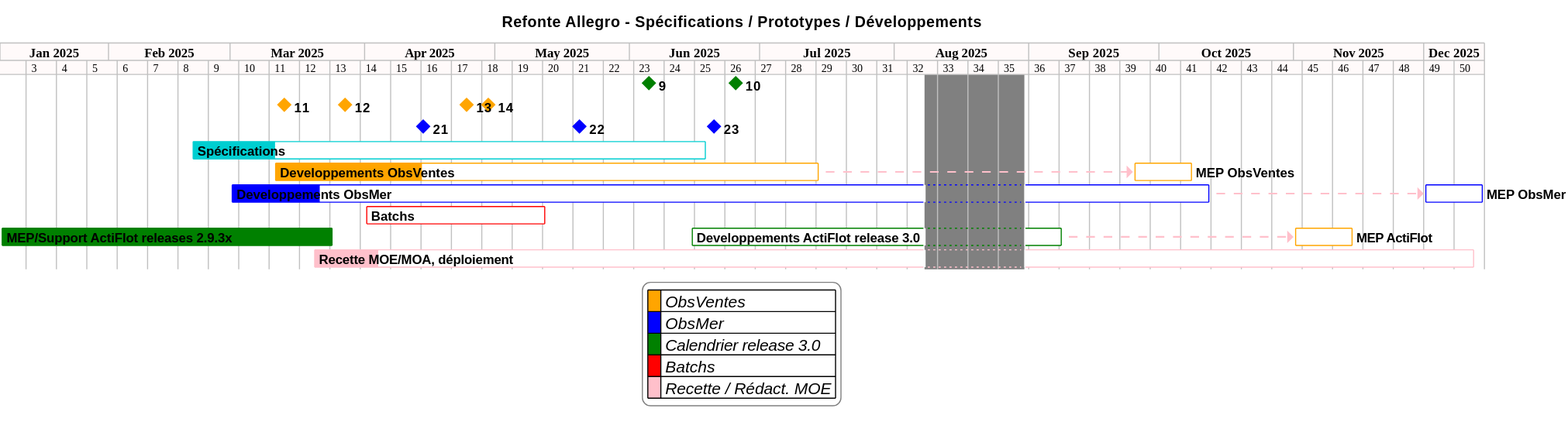
sumaris-net/sumaris-doc keeps this PlantUML diagram as projects/common/not/images/refonte-allegro-planning-spe-2025.svg. Above is the earlier version.
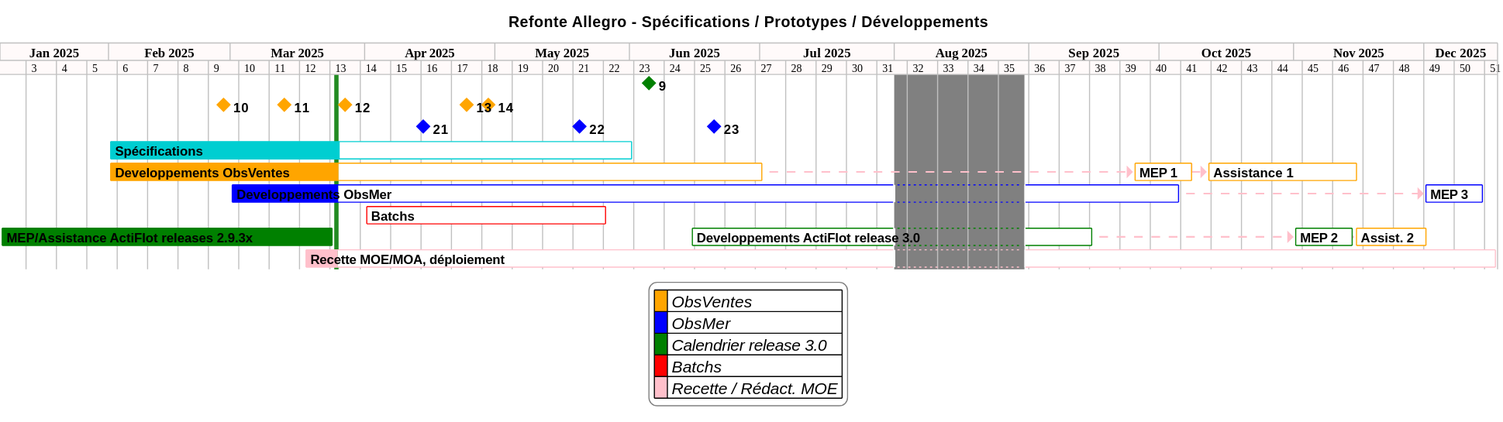
After the commit.

Diff of the diagram source:
```diff
@@ -77,6 +77,8 @@
 
 Project starts the 2025/01/07
 
+today is colored in forestGreen
+
 !procedure N(x,n)
 [x<size:0>n</size>]
 !endprocedure
@@ -111,9 +113,8 @@
 N(9, 9) as [o9] happen the 2025/06/05
 N(9, 9) is colored in green
 
-N(10, 10) as [o10] happen the 2025/06/25
-N(10, 10) is colored in green
 
+[o10] displays on same row as [o11]
 [o11] displays on same row as [o12]
 [o12] displays on same row as [o13]
 [o13] displays on same row as [o14]
@@ -121,37 +122,44 @@
 [o21] displays on same row as [o22]
 [o22] displays on same row as [o23]
 
-[o9] displays on same row as [o10]
 
-[Spécifications] as [TASK1] starts the 2025/02/20 and requires 17 week
+
+[Spécifications] as [TASK1] starts the 2025/02/01 and ends the 2025/06/01
 [TASK1] is colored in darkTurquoise
-[TASK1] is 16% complete
+[TASK1] is 44% complete
 
-[Developpements ObsVentes] as [TASK3] starts the 2025/03/11 and requires 18 week
+[Developpements ObsVentes] as [TASK3] starts the 2025/02/01 and ends the 2025/07/01
 [TASK3] is colored in orange
-[TASK3] is 27% complete
+[TASK3] is 35% complete
 
-[MEP ObsVentes] as [TASK8] starts the 2025/09/25 and requires 2 weeks
+[MEP 1] as [TASK8] starts the 2025/09/25 and requires 2 weeks
 [TASK8] is colored in orange
 [TASK8] is 0% complete
 [TASK8] displays on same row as [TASK3]
 [TASK3]->[TASK8]
 
-[Developpements ObsMer] as [TASK4] starts the 2025/03/01 and requires 29 week
+[Assistance 1] as [TASK12] starts the 2025/10/12 and requires 5 weeks
+[TASK12] is colored in orange
+[TASK12] is 0% complete
+[TASK12] displays on same row as [TASK3]
+[TASK8]->[TASK12]
+
+
+[Developpements ObsMer] as [TASK4] starts the 2025/03/01 and ends the 2025/10/05
 [TASK4] is colored in blue
-[TASK4] is 10% complete
+[TASK4] is 13% complete
 
-[MEP ObsMer] as [TASK9] starts the 2025/12/01 and requires 2 weeks
+[MEP 3] as [TASK9] starts the 2025/12/01 and requires 2 weeks
 [TASK9] is colored in blue
 [TASK9] is 0% complete
 [TASK9] displays on same row as [TASK4]
 [TASK4]->[TASK9]
 
-[Batchs] as [TASK6] starts the 2025/04/01 and requires 6 week
+[Batchs] as [TASK6] starts the 2025/04/01 and requires 8 week
 [TASK6] is colored in red
 [TASK6] is 0% complete
 
-[MEP/Support ActiFlot releases 2.9.3x] as [TASK11] starts the 2025/01/07 and requires 11 weeks
+[MEP/Assistance ActiFlot releases 2.9.3x] as [TASK11] starts the 2025/01/07 and requires 11 weeks
 [TASK11] is colored in green
 [TASK11] is 100% complete
 
@@ -160,18 +168,23 @@
 [TASK5] is 0% complete
 [TASK11] displays on same row as [TASK5]
 
-[MEP ActiFlot] as [TASK10] starts the 2025/11/01 and requires 2 weeks
-[TASK10] is colored in orange
+[MEP 2] as [TASK10] starts the 2025/11/01 and requires 2 weeks
+[TASK10] is colored in green
 [TASK10] is 0% complete
 [TASK10] displays on same row as [TASK5]
 [TASK5]->[TASK10]
 
+[Assist. 2] as [TASK13] starts the 2025/09/25 and requires 17 days
+[TASK13] is colored in orange
+[TASK13] is 0% complete
+[TASK13] displays on same row as [TASK5]
+[TASK10]->[TASK13]
 
-[Recette MOE/MOA, déploiement] as [TASK7] starts the 2025/03/20 and requires 35 week
+[Recette MOE/MOA, déploiement] as [TASK7] starts the 2025/03/18 and requires 35 week
 [TASK7] is colored in pink
-[TASK7] is 6% complete
+[TASK7] is 3% complete
 
-2025-08-08 to 2025-08-30 is closed
+2025-08-01 to 2025-08-30 is closed
 
 legend
   |<#orange>   | ObsVentes |
```
